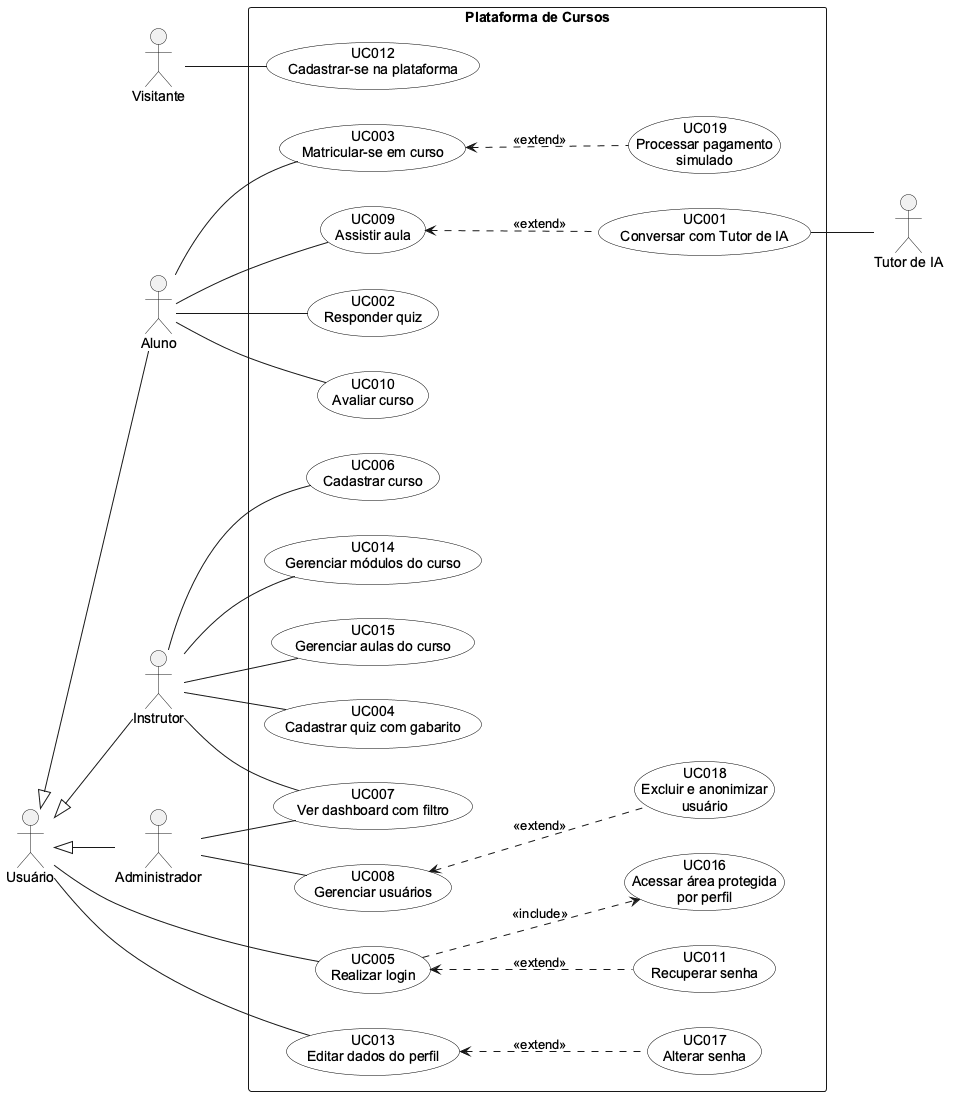
Above: especificacao/diagramas/09-casos-de-uso.png in Plataforma-de-Cursos-TCC/plataforma-cursos-docs (PlantUML), before the change.
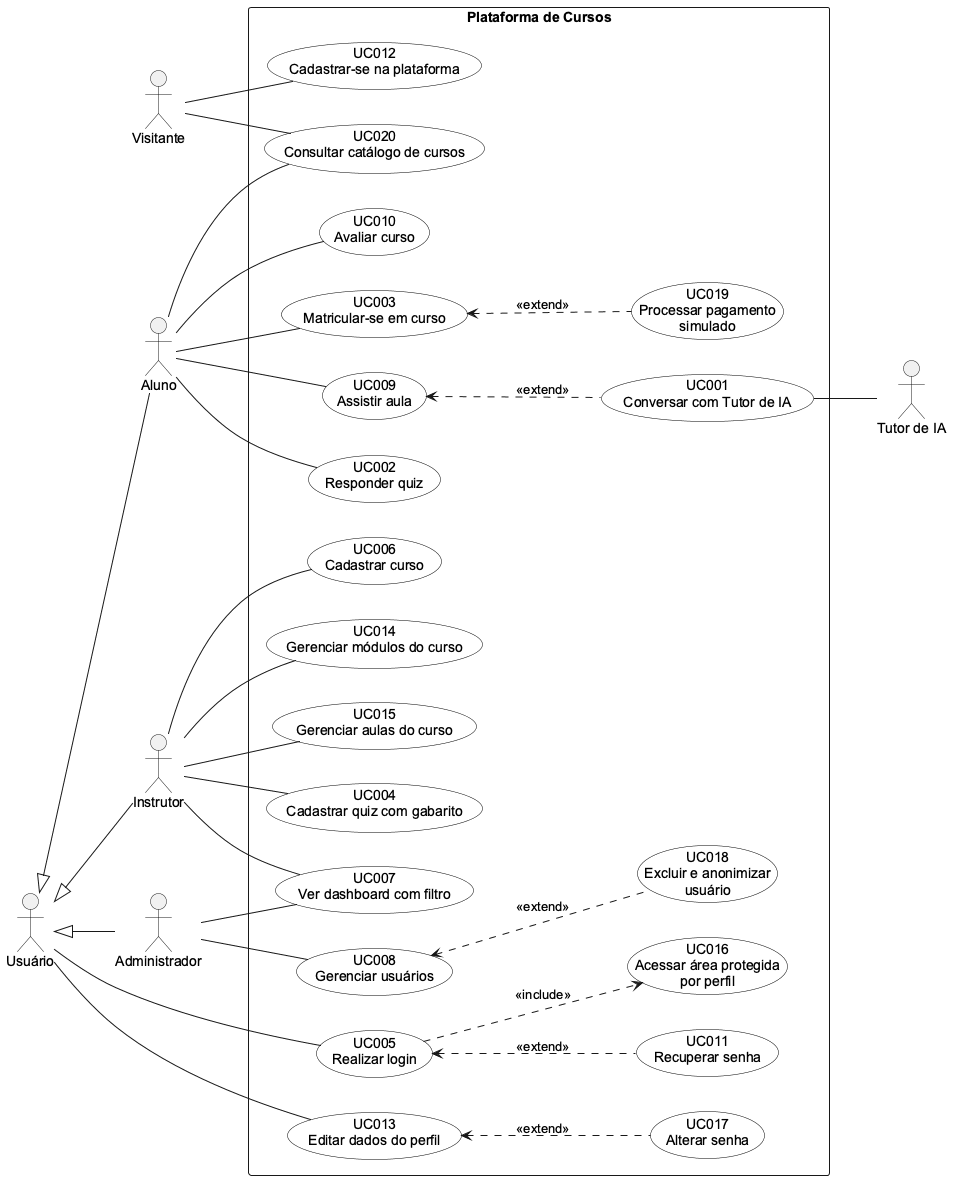
After the commit.

Commit message:
docs: add UC020 catalog use case covering RF015 (#60)

Diff of the diagram source:
```diff
@@ -27,6 +27,7 @@
   usecase "UC013\nEditar dados do perfil" as UC013
   usecase "UC017\nAlterar senha" as UC017
   usecase "UC003\nMatricular-se em curso" as UC003
+  usecase "UC020\nConsultar catálogo de cursos" as UC020
   usecase "UC019\nProcessar pagamento\nsimulado" as UC019
   usecase "UC009\nAssistir aula" as UC009
   usecase "UC001\nConversar com Tutor de IA" as UC001
@@ -42,9 +43,11 @@
 }
 
 VIS -- UC012
+VIS -- UC020
 USU -- UC005
 USU -- UC013
 ALU -- UC003
+ALU -- UC020
 ALU -- UC009
 ALU -- UC002
 ALU -- UC010
```
